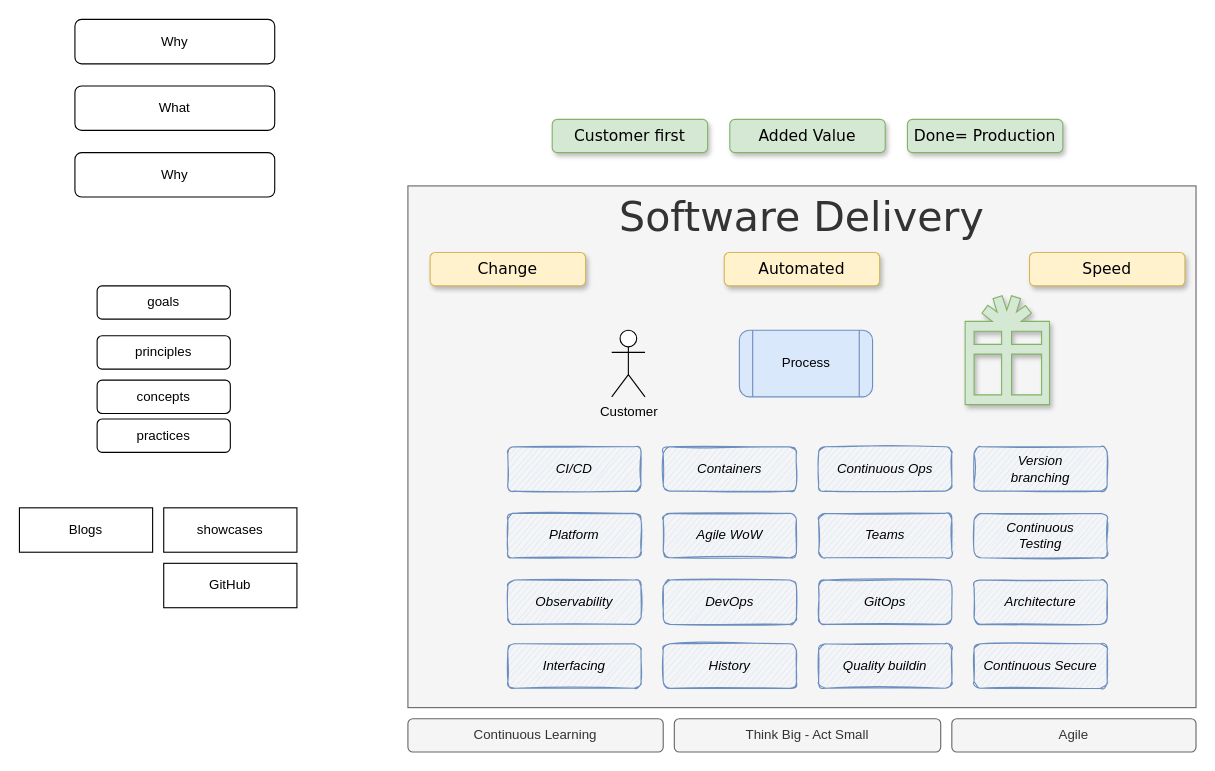
Sim007/ContinuousDelivery keeps this draw.io diagram as MindsetCD.drawio. Above is the earlier version. Source tidied: cells renumbered, new cells numbered last; positions are measured from the earlier drawing's top-left corner, leaving out a move shared by most shapes. Both pictures are drawn from the tidied source at 111%, with x=0, y=0 at pixel (19, 19).
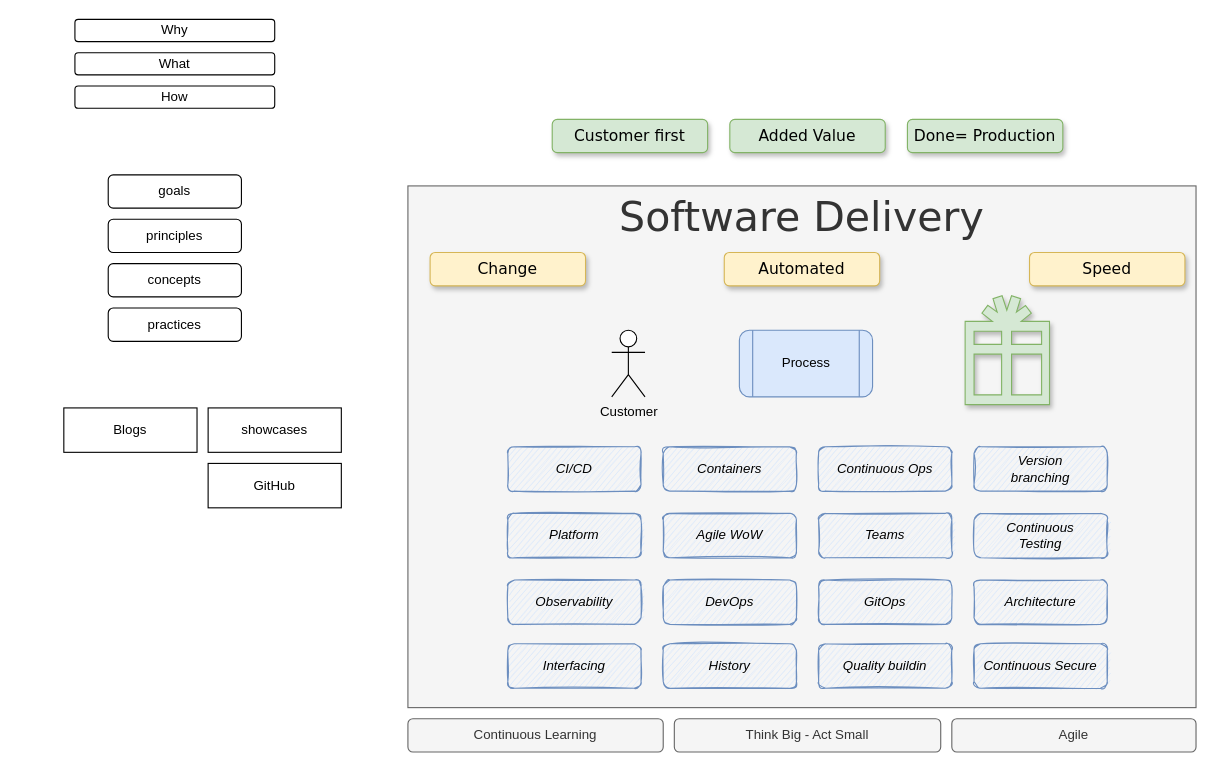
The same page after the edit.

Diff of the diagram source:
```diff
@@
     <mxCell id="23" value="Why" style="rounded=1;whiteSpace=wrap;html=1;" parent="1" vertex="1">
-      <mxGeometry x="50" width="180" height="40" as="geometry" />
+      <mxGeometry x="50" width="180" height="20" as="geometry" />
     </mxCell>
     <mxCell id="24" value="What" style="rounded=1;whiteSpace=wrap;html=1;" parent="1" vertex="1">
-      <mxGeometry x="50" y="60" width="180" height="40" as="geometry" />
+      <mxGeometry x="50" y="30" width="180" height="20" as="geometry" />
     </mxCell>
-    <mxCell id="25" value="Why" style="rounded=1;whiteSpace=wrap;html=1;" parent="1" vertex="1">
-      <mxGeometry x="50" y="120" width="180" height="40" as="geometry" />
+    <mxCell id="25" value="How" style="rounded=1;whiteSpace=wrap;html=1;" parent="1" vertex="1">
+      <mxGeometry x="50" y="60" width="180" height="20" as="geometry" />
     </mxCell>
@@
     <mxCell id="27" value="principles" style="rounded=1;whiteSpace=wrap;html=1;" parent="1" vertex="1">
-      <mxGeometry x="70" y="285" width="120" height="30" as="geometry" />
+      <mxGeometry x="80" y="180" width="120" height="30" as="geometry" />
     </mxCell>
     <mxCell id="28" value="concepts" style="rounded=1;whiteSpace=wrap;html=1;" parent="1" vertex="1">
-      <mxGeometry x="70" y="325" width="120" height="30" as="geometry" />
+      <mxGeometry x="80" y="220" width="120" height="30" as="geometry" />
     </mxCell>
     <mxCell id="29" value="practices" style="rounded=1;whiteSpace=wrap;html=1;" parent="1" vertex="1">
-      <mxGeometry x="70" y="360" width="120" height="30" as="geometry" />
+      <mxGeometry x="80" y="260" width="120" height="30" as="geometry" />
     </mxCell>
     <mxCell id="30" value="goals" style="rounded=1;whiteSpace=wrap;html=1;" parent="1" vertex="1">
-      <mxGeometry x="70" y="240" width="120" height="30" as="geometry" />
+      <mxGeometry x="80" y="140" width="120" height="30" as="geometry" />
     </mxCell>
     <mxCell id="31" value="showcases" style="rounded=0;whiteSpace=wrap;html=1;" parent="1" vertex="1">
-      <mxGeometry x="130" y="440" width="120" height="40" as="geometry" />
+      <mxGeometry x="170" y="350" width="120" height="40" as="geometry" />
     </mxCell>
     <mxCell id="32" value="Blogs" style="rounded=0;whiteSpace=wrap;html=1;" parent="1" vertex="1">
-      <mxGeometry y="440" width="120" height="40" as="geometry" />
+      <mxGeometry x="40" y="350" width="120" height="40" as="geometry" />
     </mxCell>
     <mxCell id="33" value="GitHub" style="rounded=0;whiteSpace=wrap;html=1;" parent="1" vertex="1">
-      <mxGeometry x="130" y="490" width="120" height="40" as="geometry" />
+      <mxGeometry x="170" y="400" width="120" height="40" as="geometry" />
     </mxCell>
```
